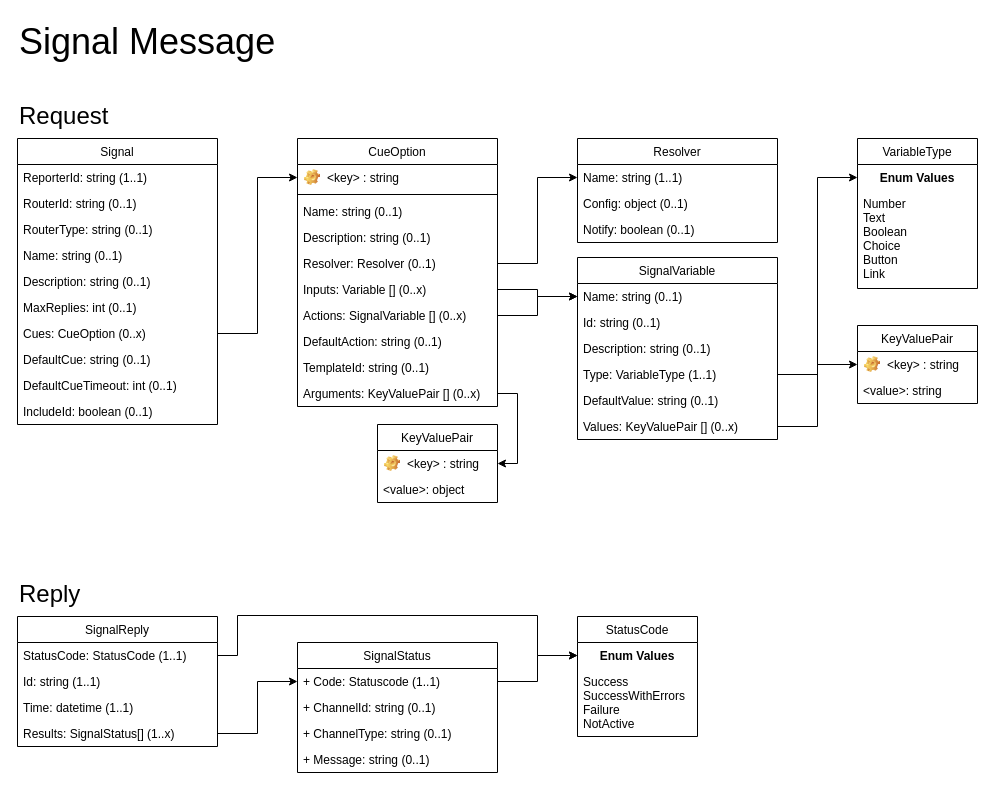
This is docs/resources/draw.io/ClassDiagram-SignalMessage.drawio from SynapseProject/syntinel.docs, a draw.io file, before an edit. Source tidied: cells renumbered, new cells numbered last; positions are measured from the earlier drawing's top-left corner, leaving out a move shared by most shapes. Both pictures are drawn from the tidied source at 100%, with x=0, y=0 at pixel (17, 17).
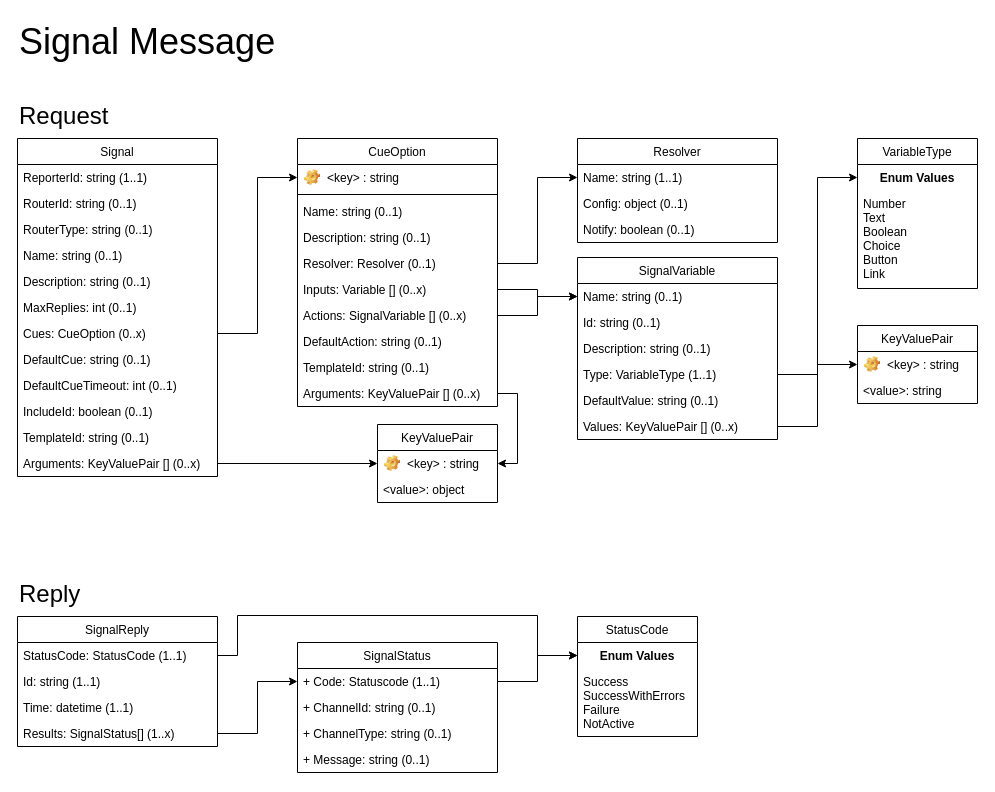
After the change.

Commit message (it also covers changes not shown here):
Updated for Signal templates.

Unchanged cells that the change refers to:
```xml
<mxCell id="67" value="&lt;key&gt; : string" style="label;fontStyle=0;strokeColor=none;fillColor=none;align=left;verticalAlign=top;overflow=hidden;spacingLeft=28;spacingRight=4;points=[[0,0.5],[1,0.5]];portConstraint=eastwest;imageWidth=16;imageHeight=16;image=img/clipart/Gear_128x128.png;" parent="66" vertex="1">
  <mxGeometry y="26" width="120" height="26" as="geometry" />
</mxCell>
```

Change to the diagram source:
```diff
@@
     <mxCell id="2" value="Signal" style="swimlane;fontStyle=0;horizontal=1;startSize=26;fillColor=none;" parent="1" vertex="1">
-      <mxGeometry y="121" width="200" height="286" as="geometry" />
+      <mxGeometry y="121" width="200" height="338" as="geometry" />
     </mxCell>
@@
+    <mxCell id="70" value="TemplateId: string (0..1)" style="text;strokeColor=none;fillColor=none;align=left;verticalAlign=top;spacingLeft=4;spacingRight=4;overflow=hidden;" parent="2" vertex="1">
+      <mxGeometry y="286" width="200" height="26" as="geometry" />
+    </mxCell>
+    <mxCell id="71" value="Arguments: KeyValuePair [] (0..x)" style="text;strokeColor=none;fillColor=none;align=left;verticalAlign=top;spacingLeft=4;spacingRight=4;overflow=hidden;points=[[0,0.5],[1,0.5]];portConstraint=eastwest;" parent="2" vertex="1">
+      <mxGeometry y="312" width="200" height="26" as="geometry" />
+    </mxCell>
@@
+    <mxCell id="72" style="edgeStyle=orthogonalEdgeStyle;rounded=0;jettySize=auto;html=1;exitX=1;exitY=0.5;exitDx=0;exitDy=0;entryX=0;entryY=0.5;entryDx=0;entryDy=0;" parent="1" edge="1" source="71" target="67">
+      <mxGeometry relative="1" as="geometry" />
+    </mxCell>
```
